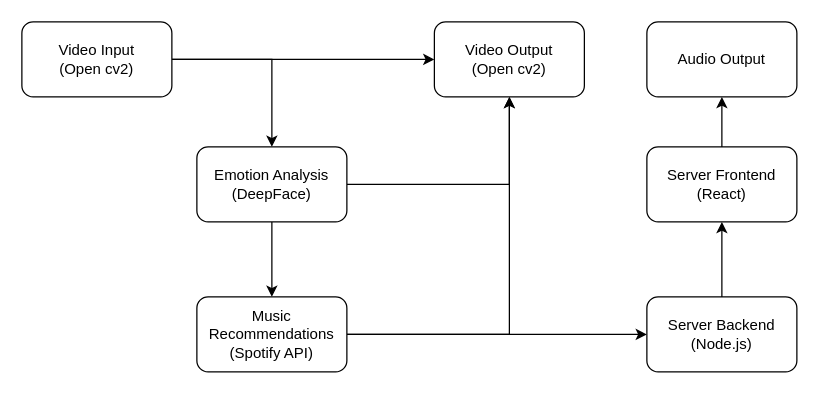
ananaphasia/face-the-music keeps this draw.io diagram as writeup/img/FtM Project.drawio. Above is the earlier version. Source tidied: cells renumbered, new cells numbered last; positions are measured from the earlier drawing's top-left corner, leaving out a move shared by most shapes. Both pictures are drawn from the tidied source at 125%, with x=0, y=0 at pixel (21, 21).
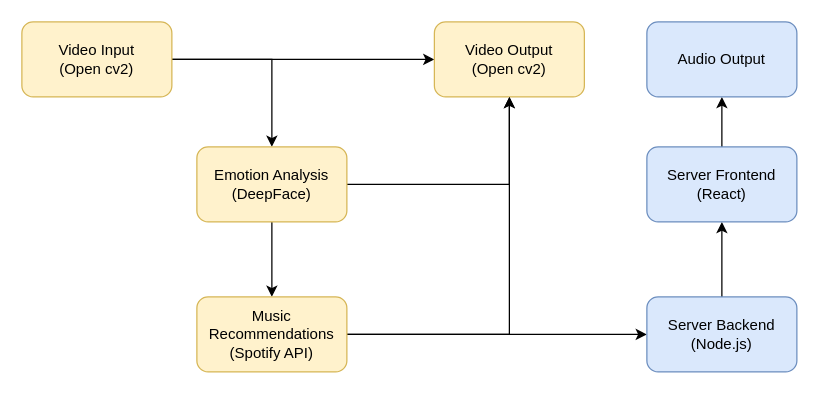
The same diagram, later.

What changed in the source:
```diff
@@
 <mxGraphModel>
   <root>
     <mxCell id="0" />
     <mxCell id="1" parent="0" />
     <mxCell id="2" style="edgeStyle=orthogonalEdgeStyle;rounded=0;jettySize=auto;html=1;" parent="1" edge="1" source="4" target="5">
       <mxGeometry relative="1" as="geometry" />
     </mxCell>
     <mxCell id="3" style="edgeStyle=orthogonalEdgeStyle;rounded=0;jettySize=auto;html=1;" parent="1" edge="1" source="4" target="8">
       <mxGeometry relative="1" as="geometry" />
     </mxCell>
-    <mxCell id="4" value="&lt;div&gt;Video Input&lt;/div&gt;(Open cv2)" style="whiteSpace=wrap;html=1;rounded=1;shadow=0;strokeWidth=1;glass=0;" parent="1" vertex="1">
+    <mxCell id="4" value="&lt;div&gt;Video Input&lt;/div&gt;(Open cv2)" style="whiteSpace=wrap;html=1;rounded=1;shadow=0;strokeWidth=1;glass=0;fillColor=#fff2cc;strokeColor=#d6b656;" parent="1" vertex="1">
       <mxGeometry width="120" height="60" as="geometry" />
     </mxCell>
-    <mxCell id="5" value="&lt;div&gt;Video Output&lt;/div&gt;&lt;div&gt;(Open cv2)&lt;br&gt;&lt;/div&gt;" style="whiteSpace=wrap;html=1;rounded=1;shadow=0;strokeWidth=1;glass=0;" parent="1" vertex="1">
+    <mxCell id="5" value="&lt;div&gt;Video Output&lt;/div&gt;&lt;div&gt;(Open cv2)&lt;br&gt;&lt;/div&gt;" style="whiteSpace=wrap;html=1;rounded=1;shadow=0;strokeWidth=1;glass=0;fillColor=#fff2cc;strokeColor=#d6b656;" parent="1" vertex="1">
       <mxGeometry x="330" width="120" height="60" as="geometry" />
     </mxCell>
     <mxCell id="6" style="edgeStyle=orthogonalEdgeStyle;rounded=0;jettySize=auto;html=1;startArrow=none;startFill=0;" parent="1" edge="1" source="8" target="11">
       <mxGeometry relative="1" as="geometry" />
     </mxCell>
     <mxCell id="7" style="edgeStyle=orthogonalEdgeStyle;rounded=0;jettySize=auto;html=1;entryX=0.5;entryY=1;entryDx=0;entryDy=0;startArrow=none;startFill=0;" parent="1" edge="1" source="8" target="5">
       <mxGeometry relative="1" as="geometry" />
     </mxCell>
-    <mxCell id="8" value="Emotion Analysis (DeepFace)" style="whiteSpace=wrap;html=1;rounded=1;shadow=0;strokeWidth=1;glass=0;" parent="1" vertex="1">
+    <mxCell id="8" value="Emotion Analysis (DeepFace)" style="whiteSpace=wrap;html=1;rounded=1;shadow=0;strokeWidth=1;glass=0;fillColor=#fff2cc;strokeColor=#d6b656;" parent="1" vertex="1">
       <mxGeometry x="140" y="100" width="120" height="60" as="geometry" />
     </mxCell>
     <mxCell id="9" style="edgeStyle=orthogonalEdgeStyle;rounded=0;jettySize=auto;html=1;entryX=0.5;entryY=1;entryDx=0;entryDy=0;startArrow=none;startFill=0;" parent="1" edge="1" source="11" target="5">
       <mxGeometry relative="1" as="geometry" />
     </mxCell>
     <mxCell id="10" style="edgeStyle=orthogonalEdgeStyle;rounded=0;jettySize=auto;html=1;" parent="1" edge="1" source="11" target="13">
       <mxGeometry relative="1" as="geometry" />
     </mxCell>
-    <mxCell id="11" value="Music Recommendations (Spotify API)" style="whiteSpace=wrap;html=1;rounded=1;shadow=0;strokeWidth=1;glass=0;" parent="1" vertex="1">
+    <mxCell id="11" value="Music Recommendations (Spotify API)" style="whiteSpace=wrap;html=1;rounded=1;shadow=0;strokeWidth=1;glass=0;fillColor=#fff2cc;strokeColor=#d6b656;" parent="1" vertex="1">
       <mxGeometry x="140" y="220" width="120" height="60" as="geometry" />
     </mxCell>
     <mxCell id="12" style="edgeStyle=orthogonalEdgeStyle;rounded=0;jettySize=auto;html=1;" parent="1" edge="1" source="13" target="15">
       <mxGeometry relative="1" as="geometry" />
     </mxCell>
-    <mxCell id="13" value="Server Backend (Node.js)" style="rounded=1;whiteSpace=wrap;html=1;" parent="1" vertex="1">
+    <mxCell id="13" value="Server Backend (Node.js)" style="rounded=1;whiteSpace=wrap;html=1;fillColor=#dae8fc;strokeColor=#6c8ebf;" parent="1" vertex="1">
       <mxGeometry x="500" y="220" width="120" height="60" as="geometry" />
     </mxCell>
     <mxCell id="14" style="edgeStyle=orthogonalEdgeStyle;rounded=0;jettySize=auto;html=1;" parent="1" edge="1" source="15" target="16">
       <mxGeometry relative="1" as="geometry" />
     </mxCell>
-    <mxCell id="15" value="Server Frontend (React)" style="whiteSpace=wrap;html=1;rounded=1;" parent="1" vertex="1">
+    <mxCell id="15" value="Server Frontend (React)" style="whiteSpace=wrap;html=1;rounded=1;fillColor=#dae8fc;strokeColor=#6c8ebf;" parent="1" vertex="1">
       <mxGeometry x="500" y="100" width="120" height="60" as="geometry" />
     </mxCell>
-    <mxCell id="16" value="Audio Output" style="whiteSpace=wrap;html=1;rounded=1;" parent="1" vertex="1">
+    <mxCell id="16" value="Audio Output" style="whiteSpace=wrap;html=1;rounded=1;fillColor=#dae8fc;strokeColor=#6c8ebf;glass=0;sketch=0;shadow=0;" parent="1" vertex="1">
       <mxGeometry x="500" width="120" height="60" as="geometry" />
     </mxCell>
   </root>
 </mxGraphModel>
```
